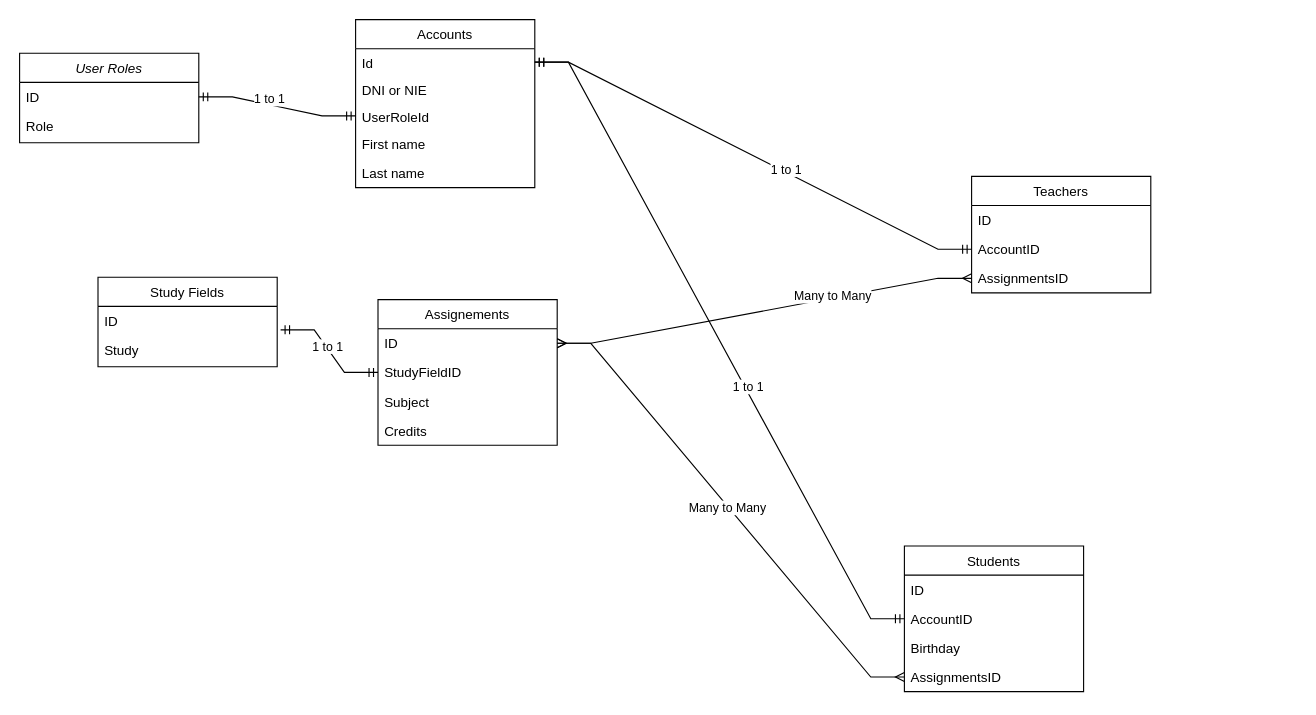
The draw.io diagram page "Database Class Diagram" (5 of 5) of documents/University Database Application Diagrams.drawio in MP-Anselin/UniversityDatabaseApp_java, before the edit. Source tidied: cells renumbered, new cells numbered last; positions are measured from the earlier drawing's top-left corner, leaving out a move shared by most shapes. Both pictures are drawn from the tidied source at 112%, with x=0, y=0 at pixel (19, 19).
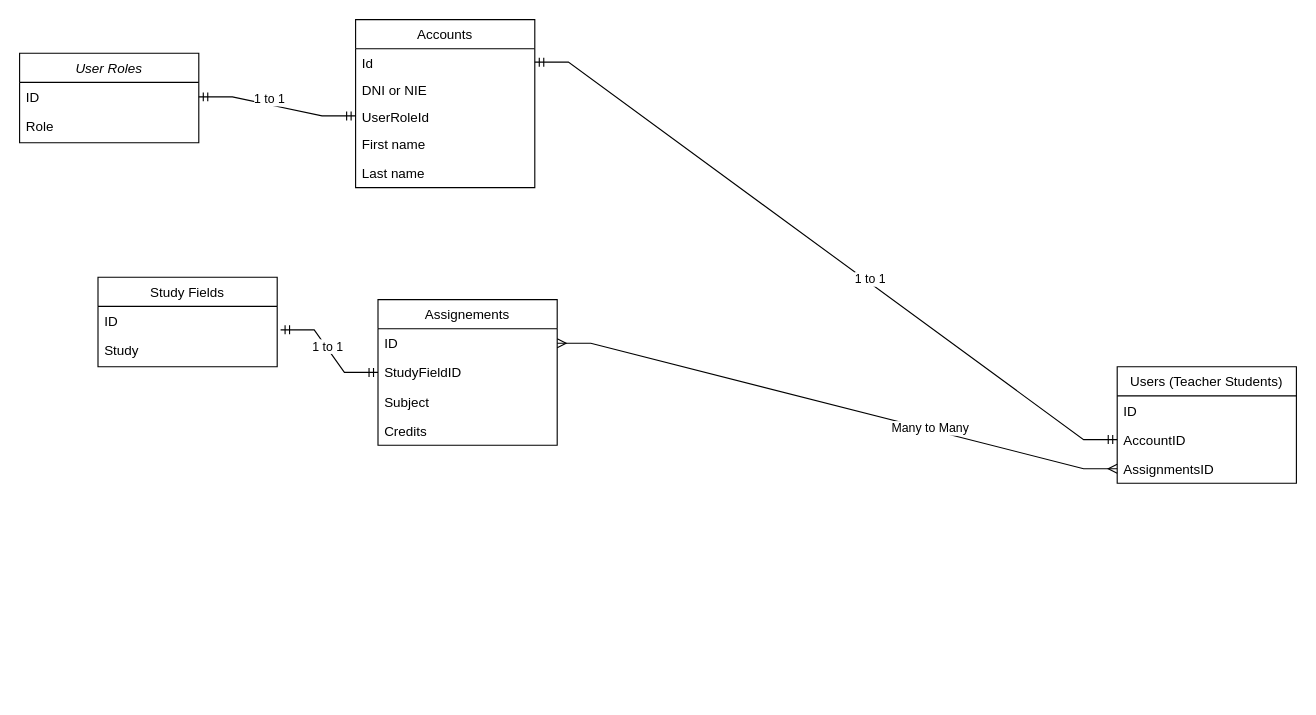
The same page after the edit.

Unchanged cells that the change refers to:
```xml
<mxCell id="6" value="ID" style="text;align=left;verticalAlign=top;spacingLeft=4;spacingRight=4;overflow=hidden;points=[[0,0.5],[1,0.5]];portConstraint=eastwest;" parent="5" vertex="1">
  <mxGeometry y="26" width="160" height="26" as="geometry" />
</mxCell>
<mxCell id="11" value="Id" style="text;align=left;verticalAlign=top;spacingLeft=4;spacingRight=4;overflow=hidden;points=[[0,0.5],[1,0.5]];portConstraint=eastwest;" parent="10" vertex="1">
  <mxGeometry y="26" width="160" height="24" as="geometry" />
</mxCell>
```

What changed in the source:
```diff
@@
-    <mxCell id="19" value="Students" style="swimlane;fontStyle=0;align=center;verticalAlign=top;horizontal=1;startSize=26;rounded=0;shadow=0;strokeWidth=1;" parent="1" vertex="1">
-      <mxGeometry x="790" y="470" width="160" height="130" as="geometry" />
-    </mxCell>
-    <mxCell id="20" value="ID" style="text;align=left;verticalAlign=top;spacingLeft=4;spacingRight=4;overflow=hidden;" parent="19" vertex="1">
-      <mxGeometry y="26" width="160" height="26" as="geometry" />
-    </mxCell>
-    <mxCell id="21" value="AccountID" style="text;align=left;verticalAlign=top;spacingLeft=4;spacingRight=4;overflow=hidden;points=[[0,0.5],[1,0.5]];portConstraint=eastwest;" parent="19" vertex="1">
-      <mxGeometry y="52" width="160" height="26" as="geometry" />
-    </mxCell>
-    <mxCell id="22" value="Birthday" style="text;align=left;verticalAlign=top;spacingLeft=4;spacingRight=4;overflow=hidden;" parent="19" vertex="1">
-      <mxGeometry y="78" width="160" height="26" as="geometry" />
-    </mxCell>
-    <mxCell id="23" value="AssignmentsID" style="text;align=left;verticalAlign=top;spacingLeft=4;spacingRight=4;overflow=hidden;points=[[0,0.5],[1,0.5]];portConstraint=eastwest;" parent="19" vertex="1">
-      <mxGeometry y="104" width="160" height="26" as="geometry" />
-    </mxCell>
-    <mxCell id="24" value="Teachers" style="swimlane;fontStyle=0;align=center;verticalAlign=top;horizontal=1;startSize=26;rounded=0;shadow=0;strokeWidth=1;" parent="1" vertex="1">
-      <mxGeometry x="850" y="140" width="160" height="104" as="geometry" />
-    </mxCell>
-    <mxCell id="25" value="ID" style="text;align=left;verticalAlign=top;spacingLeft=4;spacingRight=4;overflow=hidden;" parent="24" vertex="1">
-      <mxGeometry y="26" width="160" height="26" as="geometry" />
-    </mxCell>
-    <mxCell id="26" value="AccountID" style="text;align=left;verticalAlign=top;spacingLeft=4;spacingRight=4;overflow=hidden;points=[[0,0.5],[1,0.5]];portConstraint=eastwest;" parent="24" vertex="1">
-      <mxGeometry y="52" width="160" height="26" as="geometry" />
-    </mxCell>
-    <mxCell id="27" value="AssignmentsID" style="text;align=left;verticalAlign=top;spacingLeft=4;spacingRight=4;overflow=hidden;points=[[0,0.5],[1,0.5]];portConstraint=eastwest;" parent="24" vertex="1">
-      <mxGeometry y="78" width="160" height="26" as="geometry" />
-    </mxCell>
@@
-    <mxCell id="32" style="edgeStyle=entityRelationEdgeStyle;fontSize=12;html=1;endArrow=ERmandOne;startArrow=ERmandOne;rounded=0;exitX=1;exitY=0.5;exitDx=0;exitDy=0;entryX=0;entryY=0.5;entryDx=0;entryDy=0;" parent="1" edge="1" source="11" target="26">
+    <mxCell id="32" style="edgeStyle=entityRelationEdgeStyle;fontSize=12;html=1;endArrow=ERmandOne;startArrow=ERmandOne;rounded=0;exitX=1;exitY=0.5;exitDx=0;exitDy=0;entryX=0;entryY=0.5;entryDx=0;entryDy=0;" parent="1" edge="1" source="11" target="42">
       <mxGeometry relative="1" as="geometry" />
     </mxCell>
@@
-    <mxCell id="34" style="edgeStyle=entityRelationEdgeStyle;fontSize=12;html=1;endArrow=ERmandOne;startArrow=ERmandOne;rounded=0;entryX=0;entryY=0.5;entryDx=0;entryDy=0;" parent="1" edge="1" source="11" target="21">
-      <mxGeometry relative="1" as="geometry" />
-    </mxCell>
-    <mxCell id="35" value="1 to 1&amp;nbsp;" style="edgeLabel;html=1;align=center;verticalAlign=middle;" parent="34" vertex="1">
-      <mxGeometry x="0.15" y="4" relative="1" as="geometry">
-        <mxPoint y="1" as="offset" />
-      </mxGeometry>
-    </mxCell>
-    <mxCell id="36" style="edgeStyle=entityRelationEdgeStyle;fontSize=12;html=1;endArrow=ERmany;startArrow=ERmany;rounded=0;exitX=0;exitY=0.5;exitDx=0;exitDy=0;entryX=1;entryY=0.5;entryDx=0;entryDy=0;" parent="1" edge="1" source="23" target="6">
-      <mxGeometry relative="1" as="geometry" />
-    </mxCell>
-    <mxCell id="37" value="Many to Many" style="edgeLabel;html=1;align=center;verticalAlign=middle;" parent="36" vertex="1">
-      <mxGeometry x="0.02" y="1" relative="1" as="geometry" />
-    </mxCell>
@@
+    <mxCell id="40" value="Users (Teacher Students)" style="swimlane;fontStyle=0;align=center;verticalAlign=top;horizontal=1;startSize=26;rounded=0;shadow=0;strokeWidth=1;" parent="1" vertex="1">
+      <mxGeometry x="980" y="310" width="160" height="104" as="geometry" />
+    </mxCell>
+    <mxCell id="41" value="ID" style="text;align=left;verticalAlign=top;spacingLeft=4;spacingRight=4;overflow=hidden;" parent="40" vertex="1">
+      <mxGeometry y="26" width="160" height="26" as="geometry" />
+    </mxCell>
+    <mxCell id="42" value="AccountID" style="text;align=left;verticalAlign=top;spacingLeft=4;spacingRight=4;overflow=hidden;points=[[0,0.5],[1,0.5]];portConstraint=eastwest;" parent="40" vertex="1">
+      <mxGeometry y="52" width="160" height="26" as="geometry" />
+    </mxCell>
+    <mxCell id="27" value="AssignmentsID" style="text;align=left;verticalAlign=top;spacingLeft=4;spacingRight=4;overflow=hidden;points=[[0,0.5],[1,0.5]];portConstraint=eastwest;" parent="40" vertex="1">
+      <mxGeometry y="78" width="160" height="26" as="geometry" />
+    </mxCell>
```
